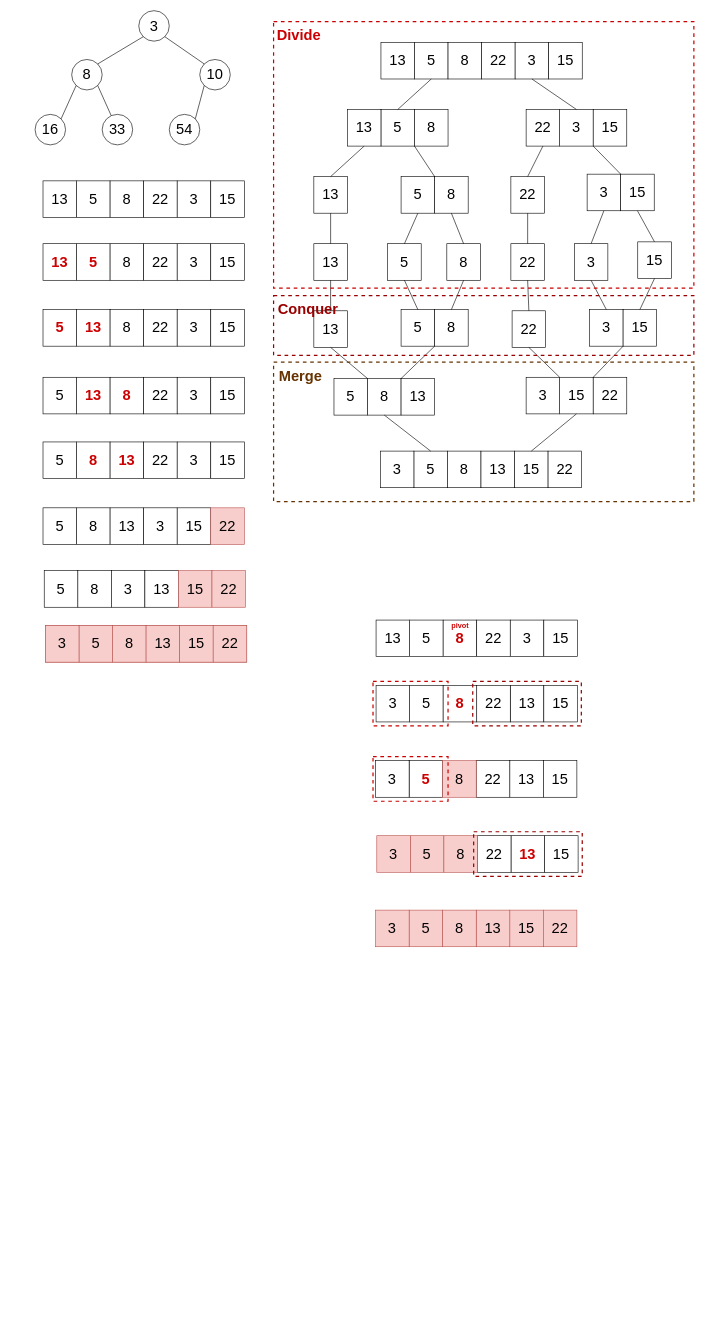
Above: img/sort.drawio in DaEunFullGrace/Algorithm (draw.io), before the change. Source tidied: cells renumbered, new cells numbered last; positions are measured from the earlier drawing's top-left corner, leaving out a move shared by most shapes. Both pictures are drawn from the tidied source at 61%, with x=0, y=0 at pixel (35, 10).
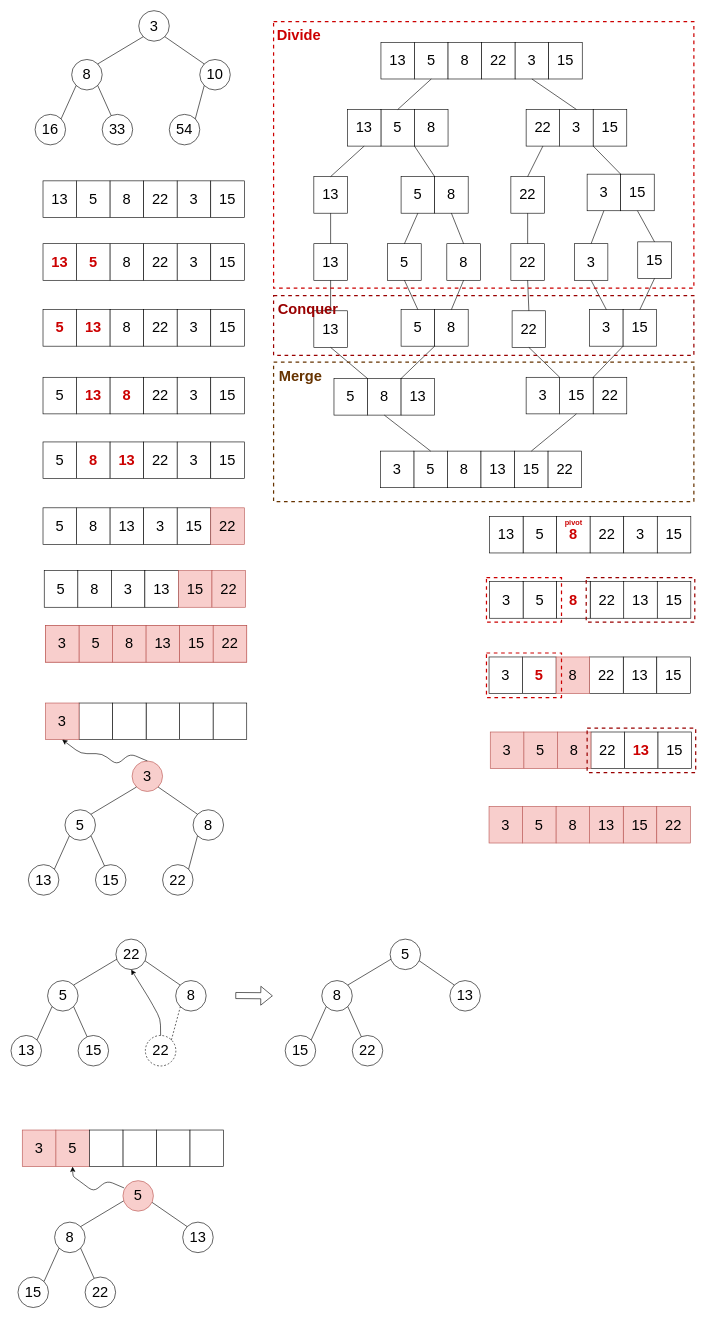
The same page after the edit.

Diff of the diagram source:
```diff
@@
     <mxCell id="141" style="group;" parent="1" vertex="1">
-      <mxGeometry x="559" y="999" width="330" height="60" as="geometry" />
+      <mxGeometry x="745" y="829" width="330" height="60" as="geometry" />
     </mxCell>
@@
     <mxCell id="149" value="5" style="rounded=0;whiteSpace=wrap;html=1;fontSize=24;" parent="1" vertex="1">
-      <mxGeometry x="614" y="1106" width="55" height="60" as="geometry" />
+      <mxGeometry x="800" y="936" width="55" height="60" as="geometry" />
     </mxCell>
     <mxCell id="150" value="3" style="rounded=0;whiteSpace=wrap;html=1;fontSize=24;" parent="1" vertex="1">
-      <mxGeometry x="559" y="1106" width="55" height="60" as="geometry" />
+      <mxGeometry x="745" y="936" width="55" height="60" as="geometry" />
     </mxCell>
     <mxCell id="151" value="13" style="rounded=0;whiteSpace=wrap;html=1;fontSize=24;" parent="1" vertex="1">
-      <mxGeometry x="779" y="1106" width="55" height="60" as="geometry" />
+      <mxGeometry x="965" y="936" width="55" height="60" as="geometry" />
     </mxCell>
     <mxCell id="152" value="22" style="rounded=0;whiteSpace=wrap;html=1;fontSize=24;" parent="1" vertex="1">
-      <mxGeometry x="724" y="1106" width="55" height="60" as="geometry" />
+      <mxGeometry x="910" y="936" width="55" height="60" as="geometry" />
     </mxCell>
     <mxCell id="153" value="15" style="rounded=0;whiteSpace=wrap;html=1;fontSize=24;" parent="1" vertex="1">
-      <mxGeometry x="834" y="1106" width="55" height="60" as="geometry" />
+      <mxGeometry x="1020" y="936" width="55" height="60" as="geometry" />
     </mxCell>
     <mxCell id="154" value="&lt;b&gt;&lt;font color=&quot;#cc0000&quot;&gt;8&lt;/font&gt;&lt;/b&gt;" style="rounded=0;whiteSpace=wrap;html=1;fontSize=24;" parent="1" vertex="1">
-      <mxGeometry x="669" y="1106" width="55" height="60" as="geometry" />
+      <mxGeometry x="855" y="936" width="55" height="60" as="geometry" />
     </mxCell>
     <mxCell id="155" style="rounded=0;whiteSpace=wrap;html=1;fillColor=none;dashed=1;strokeWidth=2;strokeColor=#990000;" parent="1" vertex="1">
-      <mxGeometry x="717.5" y="1099.5" width="178" height="73" as="geometry" />
+      <mxGeometry x="903.5" y="929.5" width="178" height="73" as="geometry" />
     </mxCell>
     <mxCell id="156" style="rounded=0;whiteSpace=wrap;html=1;fillColor=none;dashed=1;strokeWidth=2;strokeColor=#CC0000;" parent="1" vertex="1">
-      <mxGeometry x="554" y="1099.5" width="123" height="73" as="geometry" />
+      <mxGeometry x="740" y="929.5" width="123" height="73" as="geometry" />
     </mxCell>
     <mxCell id="157" value="&lt;font color=&quot;#cc0000&quot;&gt;&lt;b&gt;5&lt;/b&gt;&lt;/font&gt;" style="rounded=0;whiteSpace=wrap;html=1;fontSize=24;" parent="1" vertex="1">
-      <mxGeometry x="613.2" y="1229.5" width="55" height="60" as="geometry" />
+      <mxGeometry x="799.2" y="1059.5" width="55" height="60" as="geometry" />
     </mxCell>
     <mxCell id="158" value="3" style="rounded=0;whiteSpace=wrap;html=1;fontSize=24;" parent="1" vertex="1">
-      <mxGeometry x="558.2" y="1229.5" width="55" height="60" as="geometry" />
+      <mxGeometry x="744.2" y="1059.5" width="55" height="60" as="geometry" />
     </mxCell>
     <mxCell id="159" value="13" style="rounded=0;whiteSpace=wrap;html=1;fontSize=24;" parent="1" vertex="1">
-      <mxGeometry x="778.2" y="1229.5" width="55" height="60" as="geometry" />
+      <mxGeometry x="964.2" y="1059.5" width="55" height="60" as="geometry" />
     </mxCell>
     <mxCell id="160" value="22" style="rounded=0;whiteSpace=wrap;html=1;fontSize=24;" parent="1" vertex="1">
-      <mxGeometry x="723.2" y="1229.5" width="55" height="60" as="geometry" />
+      <mxGeometry x="909.2" y="1059.5" width="55" height="60" as="geometry" />
     </mxCell>
     <mxCell id="161" value="15" style="rounded=0;whiteSpace=wrap;html=1;fontSize=24;" parent="1" vertex="1">
-      <mxGeometry x="833.2" y="1229.5" width="55" height="60" as="geometry" />
+      <mxGeometry x="1019.2" y="1059.5" width="55" height="60" as="geometry" />
     </mxCell>
     <mxCell id="162" value="8" style="rounded=0;whiteSpace=wrap;html=1;fontSize=24;fillColor=#f8cecc;strokeColor=#b85450;" parent="1" vertex="1">
-      <mxGeometry x="668.2" y="1229.5" width="55" height="60" as="geometry" />
+      <mxGeometry x="854.2" y="1059.5" width="55" height="60" as="geometry" />
     </mxCell>
     <mxCell id="163" value="5" style="rounded=0;whiteSpace=wrap;html=1;fontSize=24;fillColor=#f8cecc;strokeColor=#b85450;" parent="1" vertex="1">
-      <mxGeometry x="615.2" y="1352.5" width="55" height="60" as="geometry" />
+      <mxGeometry x="801.2" y="1182.5" width="55" height="60" as="geometry" />
     </mxCell>
     <mxCell id="164" value="3" style="rounded=0;whiteSpace=wrap;html=1;fontSize=24;fillColor=#f8cecc;strokeColor=#b85450;" parent="1" vertex="1">
-      <mxGeometry x="560.2" y="1352.5" width="55" height="60" as="geometry" />
+      <mxGeometry x="746.2" y="1182.5" width="55" height="60" as="geometry" />
     </mxCell>
     <mxCell id="165" value="&lt;b&gt;&lt;font color=&quot;#cc0000&quot;&gt;13&lt;/font&gt;&lt;/b&gt;" style="rounded=0;whiteSpace=wrap;html=1;fontSize=24;" parent="1" vertex="1">
-      <mxGeometry x="780.2" y="1352.5" width="55" height="60" as="geometry" />
+      <mxGeometry x="966.2" y="1182.5" width="55" height="60" as="geometry" />
     </mxCell>
     <mxCell id="166" value="22" style="rounded=0;whiteSpace=wrap;html=1;fontSize=24;" parent="1" vertex="1">
-      <mxGeometry x="725.2" y="1352.5" width="55" height="60" as="geometry" />
+      <mxGeometry x="911.2" y="1182.5" width="55" height="60" as="geometry" />
     </mxCell>
     <mxCell id="167" value="15" style="rounded=0;whiteSpace=wrap;html=1;fontSize=24;" parent="1" vertex="1">
-      <mxGeometry x="835.2" y="1352.5" width="55" height="60" as="geometry" />
+      <mxGeometry x="1021.2" y="1182.5" width="55" height="60" as="geometry" />
     </mxCell>
     <mxCell id="168" value="8" style="rounded=0;whiteSpace=wrap;html=1;fontSize=24;fillColor=#f8cecc;strokeColor=#b85450;" parent="1" vertex="1">
-      <mxGeometry x="670.2" y="1352.5" width="55" height="60" as="geometry" />
+      <mxGeometry x="856.2" y="1182.5" width="55" height="60" as="geometry" />
     </mxCell>
     <mxCell id="169" style="rounded=0;whiteSpace=wrap;html=1;fillColor=none;dashed=1;strokeWidth=2;strokeColor=#CC0000;" parent="1" vertex="1">
-      <mxGeometry x="554" y="1223" width="123" height="73" as="geometry" />
+      <mxGeometry x="740" y="1053" width="123" height="73" as="geometry" />
     </mxCell>
     <mxCell id="170" style="rounded=0;whiteSpace=wrap;html=1;fillColor=none;dashed=1;strokeWidth=2;strokeColor=#990000;" parent="1" vertex="1">
-      <mxGeometry x="719" y="1346" width="178" height="73" as="geometry" />
+      <mxGeometry x="905" y="1176" width="178" height="73" as="geometry" />
     </mxCell>
     <mxCell id="171" value="5" style="rounded=0;whiteSpace=wrap;html=1;fontSize=24;fillColor=#f8cecc;strokeColor=#b85450;" parent="1" vertex="1">
-      <mxGeometry x="613.2" y="1474.5" width="55" height="60" as="geometry" />
+      <mxGeometry x="799.2" y="1304.5" width="55" height="60" as="geometry" />
     </mxCell>
     <mxCell id="172" value="3" style="rounded=0;whiteSpace=wrap;html=1;fontSize=24;fillColor=#f8cecc;strokeColor=#b85450;" parent="1" vertex="1">
-      <mxGeometry x="558.2" y="1474.5" width="55" height="60" as="geometry" />
+      <mxGeometry x="744.2" y="1304.5" width="55" height="60" as="geometry" />
     </mxCell>
     <mxCell id="173" value="15" style="rounded=0;whiteSpace=wrap;html=1;fontSize=24;fillColor=#f8cecc;strokeColor=#b85450;" parent="1" vertex="1">
-      <mxGeometry x="778.2" y="1474.5" width="55" height="60" as="geometry" />
+      <mxGeometry x="964.2" y="1304.5" width="55" height="60" as="geometry" />
     </mxCell>
     <mxCell id="174" value="13" style="rounded=0;whiteSpace=wrap;html=1;fontSize=24;fillColor=#f8cecc;strokeColor=#b85450;" parent="1" vertex="1">
-      <mxGeometry x="723.2" y="1474.5" width="55" height="60" as="geometry" />
+      <mxGeometry x="909.2" y="1304.5" width="55" height="60" as="geometry" />
     </mxCell>
     <mxCell id="175" value="22" style="rounded=0;whiteSpace=wrap;html=1;fontSize=24;fillColor=#f8cecc;strokeColor=#b85450;" parent="1" vertex="1">
-      <mxGeometry x="833.2" y="1474.5" width="55" height="60" as="geometry" />
+      <mxGeometry x="1019.2" y="1304.5" width="55" height="60" as="geometry" />
     </mxCell>
     <mxCell id="176" value="8" style="rounded=0;whiteSpace=wrap;html=1;fontSize=24;fillColor=#f8cecc;strokeColor=#b85450;" parent="1" vertex="1">
-      <mxGeometry x="668.2" y="1474.5" width="55" height="60" as="geometry" />
+      <mxGeometry x="854.2" y="1304.5" width="55" height="60" as="geometry" />
     </mxCell>
@@
+    <mxCell id="179" value="&lt;font style=&quot;font-size: 24px&quot;&gt;3&lt;/font&gt;" style="ellipse;whiteSpace=wrap;html=1;fontSize=24;fillColor=#f8cecc;strokeColor=#b85450;" parent="1" vertex="1">
+      <mxGeometry x="159" y="1230" width="50" height="50" as="geometry" />
+    </mxCell>
+    <mxCell id="180" value="5" style="ellipse;whiteSpace=wrap;html=1;fontSize=24;" parent="1" vertex="1">
+      <mxGeometry x="49" y="1310" width="50" height="50" as="geometry" />
+    </mxCell>
+    <mxCell id="181" value="8" style="ellipse;whiteSpace=wrap;html=1;fontSize=24;" parent="1" vertex="1">
+      <mxGeometry x="259" y="1310" width="50" height="50" as="geometry" />
+    </mxCell>
+    <mxCell id="182" value="13" style="ellipse;whiteSpace=wrap;html=1;fontSize=24;" parent="1" vertex="1">
+      <mxGeometry x="-11" y="1400" width="50" height="50" as="geometry" />
+    </mxCell>
+    <mxCell id="183" value="15" style="ellipse;whiteSpace=wrap;html=1;fontSize=24;" parent="1" vertex="1">
+      <mxGeometry x="99" y="1400" width="50" height="50" as="geometry" />
+    </mxCell>
+    <mxCell id="184" value="22" style="ellipse;whiteSpace=wrap;html=1;fontSize=24;" parent="1" vertex="1">
+      <mxGeometry x="209" y="1400" width="50" height="50" as="geometry" />
+    </mxCell>
+    <mxCell id="185" style="endArrow=none;html=1;entryX=0;entryY=1;entryDx=0;entryDy=0;exitX=1;exitY=0;exitDx=0;exitDy=0;fontSize=24;" parent="1" edge="1" source="180" target="179">
+      <mxGeometry relative="1" as="geometry" />
+    </mxCell>
+    <mxCell id="186" style="endArrow=none;html=1;entryX=1;entryY=1;entryDx=0;entryDy=0;exitX=0;exitY=0;exitDx=0;exitDy=0;fontSize=24;" parent="1" edge="1" source="181" target="179">
+      <mxGeometry relative="1" as="geometry" />
+    </mxCell>
+    <mxCell id="187" style="endArrow=none;html=1;entryX=0;entryY=1;entryDx=0;entryDy=0;exitX=1;exitY=0;exitDx=0;exitDy=0;fontSize=24;" parent="1" edge="1" source="182" target="180">
+      <mxGeometry relative="1" as="geometry" />
+    </mxCell>
+    <mxCell id="188" style="endArrow=none;html=1;entryX=1;entryY=1;entryDx=0;entryDy=0;fontSize=24;" parent="1" edge="1" source="183" target="180">
+      <mxGeometry relative="1" as="geometry" />
+    </mxCell>
+    <mxCell id="189" style="endArrow=none;html=1;entryX=0;entryY=1;entryDx=0;entryDy=0;exitX=1;exitY=0;exitDx=0;exitDy=0;fontSize=24;" parent="1" edge="1" source="184" target="181">
+      <mxGeometry relative="1" as="geometry" />
+    </mxCell>
+    <mxCell id="190" style="rounded=0;whiteSpace=wrap;html=1;fontSize=24;" parent="1" vertex="1">
+      <mxGeometry x="72" y="1135" width="55" height="60" as="geometry" />
+    </mxCell>
+    <mxCell id="191" value="3" style="rounded=0;whiteSpace=wrap;html=1;fontSize=24;fillColor=#f8cecc;strokeColor=#b85450;" parent="1" vertex="1">
+      <mxGeometry x="17" y="1135" width="55" height="60" as="geometry" />
+    </mxCell>
+    <mxCell id="192" style="rounded=0;whiteSpace=wrap;html=1;fontSize=24;" parent="1" vertex="1">
+      <mxGeometry x="237" y="1135" width="55" height="60" as="geometry" />
+    </mxCell>
+    <mxCell id="193" style="rounded=0;whiteSpace=wrap;html=1;fontSize=24;" parent="1" vertex="1">
+      <mxGeometry x="182" y="1135" width="55" height="60" as="geometry" />
+    </mxCell>
+    <mxCell id="194" style="rounded=0;whiteSpace=wrap;html=1;fontSize=24;" parent="1" vertex="1">
+      <mxGeometry x="292" y="1135" width="55" height="60" as="geometry" />
+    </mxCell>
+    <mxCell id="195" style="rounded=0;whiteSpace=wrap;html=1;fontSize=24;" parent="1" vertex="1">
+      <mxGeometry x="127" y="1135" width="55" height="60" as="geometry" />
+    </mxCell>
+    <mxCell id="196" style="endArrow=classic;html=1;exitX=0.5;exitY=0;exitDx=0;exitDy=0;entryX=0.5;entryY=1;entryDx=0;entryDy=0;" parent="1" edge="1" source="179" target="191">
+      <mxGeometry relative="1" as="geometry">
+        <Array as="points">
+          <mxPoint x="156" y="1218" />
+          <mxPoint x="134" y="1236" />
+          <mxPoint x="110" y="1218" />
+          <mxPoint x="75" y="1218" />
+        </Array>
+      </mxGeometry>
+    </mxCell>
+    <mxCell id="197" value="5" style="ellipse;whiteSpace=wrap;html=1;fontSize=24;" parent="1" vertex="1">
+      <mxGeometry x="20.5" y="1590" width="50" height="50" as="geometry" />
+    </mxCell>
+    <mxCell id="198" value="8" style="ellipse;whiteSpace=wrap;html=1;fontSize=24;" parent="1" vertex="1">
+      <mxGeometry x="230.5" y="1590" width="50" height="50" as="geometry" />
+    </mxCell>
+    <mxCell id="199" value="13" style="ellipse;whiteSpace=wrap;html=1;fontSize=24;" parent="1" vertex="1">
+      <mxGeometry x="-39.5" y="1680" width="50" height="50" as="geometry" />
+    </mxCell>
+    <mxCell id="200" value="15" style="ellipse;whiteSpace=wrap;html=1;fontSize=24;" parent="1" vertex="1">
+      <mxGeometry x="70.5" y="1680" width="50" height="50" as="geometry" />
+    </mxCell>
+    <mxCell id="201" style="endArrow=none;html=1;entryX=0;entryY=1;entryDx=0;entryDy=0;exitX=1;exitY=0;exitDx=0;exitDy=0;fontSize=24;" parent="1" edge="1" source="197">
+      <mxGeometry relative="1" as="geometry">
+        <mxPoint x="137.8" y="1552.7" as="targetPoint" />
+      </mxGeometry>
+    </mxCell>
+    <mxCell id="202" style="endArrow=none;html=1;entryX=1;entryY=1;entryDx=0;entryDy=0;exitX=0;exitY=0;exitDx=0;exitDy=0;fontSize=24;" parent="1" edge="1" source="198">
+      <mxGeometry relative="1" as="geometry">
+        <mxPoint x="173.2" y="1552.7" as="targetPoint" />
+      </mxGeometry>
+    </mxCell>
+    <mxCell id="203" style="endArrow=none;html=1;entryX=0;entryY=1;entryDx=0;entryDy=0;exitX=1;exitY=0;exitDx=0;exitDy=0;fontSize=24;" parent="1" edge="1" source="199" target="197">
+      <mxGeometry relative="1" as="geometry" />
+    </mxCell>
+    <mxCell id="204" style="endArrow=none;html=1;entryX=1;entryY=1;entryDx=0;entryDy=0;fontSize=24;" parent="1" edge="1" source="200" target="197">
+      <mxGeometry relative="1" as="geometry" />
+    </mxCell>
+    <mxCell id="205" value="22" style="ellipse;whiteSpace=wrap;html=1;fontSize=24;" parent="1" vertex="1">
+      <mxGeometry x="132.5" y="1522" width="50" height="50" as="geometry" />
+    </mxCell>
+    <mxCell id="206" value="22" style="ellipse;whiteSpace=wrap;html=1;fontSize=24;dashed=1;" parent="1" vertex="1">
+      <mxGeometry x="180.8" y="1680" width="50" height="50" as="geometry" />
+    </mxCell>
+    <mxCell id="207" style="endArrow=none;html=1;entryX=0;entryY=1;entryDx=0;entryDy=0;exitX=1;exitY=0;exitDx=0;exitDy=0;fontSize=24;dashed=1;" parent="1" edge="1" source="206">
+      <mxGeometry relative="1" as="geometry">
+        <mxPoint x="238.2" y="1632.7" as="targetPoint" />
+      </mxGeometry>
+    </mxCell>
+    <mxCell id="208" style="endArrow=classic;html=1;exitX=0.5;exitY=0;exitDx=0;exitDy=0;entryX=0.5;entryY=1;entryDx=0;entryDy=0;strokeColor=#000000;" parent="1" edge="1" source="206" target="205">
+      <mxGeometry relative="1" as="geometry">
+        <Array as="points">
+          <mxPoint x="205.5" y="1653" />
+          <mxPoint x="188.5" y="1622" />
+        </Array>
+      </mxGeometry>
+    </mxCell>
+    <mxCell id="209" style="shape=flexArrow;endArrow=classic;html=1;strokeColor=#000000;" parent="1" edge="1">
+      <mxGeometry relative="1" as="geometry">
+        <mxPoint x="328.5" y="1614.5" as="sourcePoint" />
+        <mxPoint x="389.5" y="1615" as="targetPoint" />
+      </mxGeometry>
+    </mxCell>
+    <mxCell id="210" value="8" style="ellipse;whiteSpace=wrap;html=1;fontSize=24;" parent="1" vertex="1">
+      <mxGeometry x="470" y="1590" width="50" height="50" as="geometry" />
+    </mxCell>
+    <mxCell id="211" value="13" style="ellipse;whiteSpace=wrap;html=1;fontSize=24;" parent="1" vertex="1">
+      <mxGeometry x="680" y="1590" width="50" height="50" as="geometry" />
+    </mxCell>
+    <mxCell id="212" value="15" style="ellipse;whiteSpace=wrap;html=1;fontSize=24;" parent="1" vertex="1">
+      <mxGeometry x="410" y="1680" width="50" height="50" as="geometry" />
+    </mxCell>
+    <mxCell id="213" value="22" style="ellipse;whiteSpace=wrap;html=1;fontSize=24;" parent="1" vertex="1">
+      <mxGeometry x="520" y="1680" width="50" height="50" as="geometry" />
+    </mxCell>
+    <mxCell id="214" style="endArrow=none;html=1;entryX=0;entryY=1;entryDx=0;entryDy=0;exitX=1;exitY=0;exitDx=0;exitDy=0;fontSize=24;" parent="1" edge="1" source="210">
+      <mxGeometry relative="1" as="geometry">
+        <mxPoint x="587.3" y="1552.7" as="targetPoint" />
+      </mxGeometry>
+    </mxCell>
+    <mxCell id="215" style="endArrow=none;html=1;entryX=1;entryY=1;entryDx=0;entryDy=0;exitX=0;exitY=0;exitDx=0;exitDy=0;fontSize=24;" parent="1" edge="1" source="211">
+      <mxGeometry relative="1" as="geometry">
+        <mxPoint x="622.7" y="1552.7" as="targetPoint" />
+      </mxGeometry>
+    </mxCell>
+    <mxCell id="216" style="endArrow=none;html=1;entryX=0;entryY=1;entryDx=0;entryDy=0;exitX=1;exitY=0;exitDx=0;exitDy=0;fontSize=24;" parent="1" edge="1" source="212" target="210">
+      <mxGeometry relative="1" as="geometry" />
+    </mxCell>
+    <mxCell id="217" style="endArrow=none;html=1;entryX=1;entryY=1;entryDx=0;entryDy=0;fontSize=24;" parent="1" edge="1" source="213" target="210">
+      <mxGeometry relative="1" as="geometry" />
+    </mxCell>
+    <mxCell id="218" value="5" style="ellipse;whiteSpace=wrap;html=1;fontSize=24;" parent="1" vertex="1">
+      <mxGeometry x="582" y="1522" width="50" height="50" as="geometry" />
+    </mxCell>
+    <mxCell id="219" value="8" style="ellipse;whiteSpace=wrap;html=1;fontSize=24;" parent="1" vertex="1">
+      <mxGeometry x="32" y="1986" width="50" height="50" as="geometry" />
+    </mxCell>
+    <mxCell id="220" value="13" style="ellipse;whiteSpace=wrap;html=1;fontSize=24;" parent="1" vertex="1">
+      <mxGeometry x="242" y="1986" width="50" height="50" as="geometry" />
+    </mxCell>
+    <mxCell id="221" value="15" style="ellipse;whiteSpace=wrap;html=1;fontSize=24;" parent="1" vertex="1">
+      <mxGeometry x="-28" y="2076" width="50" height="50" as="geometry" />
+    </mxCell>
+    <mxCell id="222" value="22" style="ellipse;whiteSpace=wrap;html=1;fontSize=24;" parent="1" vertex="1">
+      <mxGeometry x="82" y="2076" width="50" height="50" as="geometry" />
+    </mxCell>
+    <mxCell id="223" style="endArrow=none;html=1;entryX=0;entryY=1;entryDx=0;entryDy=0;exitX=1;exitY=0;exitDx=0;exitDy=0;fontSize=24;" parent="1" edge="1" source="219">
+      <mxGeometry relative="1" as="geometry">
+        <mxPoint x="149.3" y="1948.7" as="targetPoint" />
+      </mxGeometry>
+    </mxCell>
+    <mxCell id="224" style="endArrow=none;html=1;entryX=1;entryY=1;entryDx=0;entryDy=0;exitX=0;exitY=0;exitDx=0;exitDy=0;fontSize=24;" parent="1" edge="1" source="220">
+      <mxGeometry relative="1" as="geometry">
+        <mxPoint x="184.7" y="1948.7" as="targetPoint" />
+      </mxGeometry>
+    </mxCell>
+    <mxCell id="225" style="endArrow=none;html=1;entryX=0;entryY=1;entryDx=0;entryDy=0;exitX=1;exitY=0;exitDx=0;exitDy=0;fontSize=24;" parent="1" edge="1" source="221" target="219">
+      <mxGeometry relative="1" as="geometry" />
+    </mxCell>
+    <mxCell id="226" style="endArrow=none;html=1;entryX=1;entryY=1;entryDx=0;entryDy=0;fontSize=24;" parent="1" edge="1" source="222" target="219">
+      <mxGeometry relative="1" as="geometry" />
+    </mxCell>
+    <mxCell id="227" value="5" style="ellipse;whiteSpace=wrap;html=1;fontSize=24;fillColor=#f8cecc;strokeColor=#b85450;" parent="1" vertex="1">
+      <mxGeometry x="144" y="1918" width="50" height="50" as="geometry" />
+    </mxCell>
+    <mxCell id="228" value="5" style="rounded=0;whiteSpace=wrap;html=1;fontSize=24;fillColor=#f8cecc;strokeColor=#b85450;" parent="1" vertex="1">
+      <mxGeometry x="34" y="1835" width="55" height="60" as="geometry" />
+    </mxCell>
+    <mxCell id="229" value="3" style="rounded=0;whiteSpace=wrap;html=1;fontSize=24;fillColor=#f8cecc;strokeColor=#b85450;" parent="1" vertex="1">
+      <mxGeometry x="-21" y="1835" width="55" height="60" as="geometry" />
+    </mxCell>
+    <mxCell id="230" style="rounded=0;whiteSpace=wrap;html=1;fontSize=24;" parent="1" vertex="1">
+      <mxGeometry x="199" y="1835" width="55" height="60" as="geometry" />
+    </mxCell>
+    <mxCell id="231" style="rounded=0;whiteSpace=wrap;html=1;fontSize=24;" parent="1" vertex="1">
+      <mxGeometry x="144" y="1835" width="55" height="60" as="geometry" />
+    </mxCell>
+    <mxCell id="232" style="rounded=0;whiteSpace=wrap;html=1;fontSize=24;" parent="1" vertex="1">
+      <mxGeometry x="254" y="1835" width="55" height="60" as="geometry" />
+    </mxCell>
+    <mxCell id="233" style="rounded=0;whiteSpace=wrap;html=1;fontSize=24;" parent="1" vertex="1">
+      <mxGeometry x="89" y="1835" width="55" height="60" as="geometry" />
+    </mxCell>
+    <mxCell id="234" style="endArrow=classic;html=1;exitX=0.5;exitY=0;exitDx=0;exitDy=0;entryX=0.5;entryY=1;entryDx=0;entryDy=0;" parent="1" edge="1" target="228">
+      <mxGeometry relative="1" as="geometry">
+        <mxPoint x="146" y="1930" as="sourcePoint" />
+        <Array as="points">
+          <mxPoint x="118" y="1918" />
+          <mxPoint x="96" y="1936" />
+          <mxPoint x="72" y="1918" />
+          <mxPoint x="62" y="1911" />
+        </Array>
+      </mxGeometry>
+    </mxCell>
```
